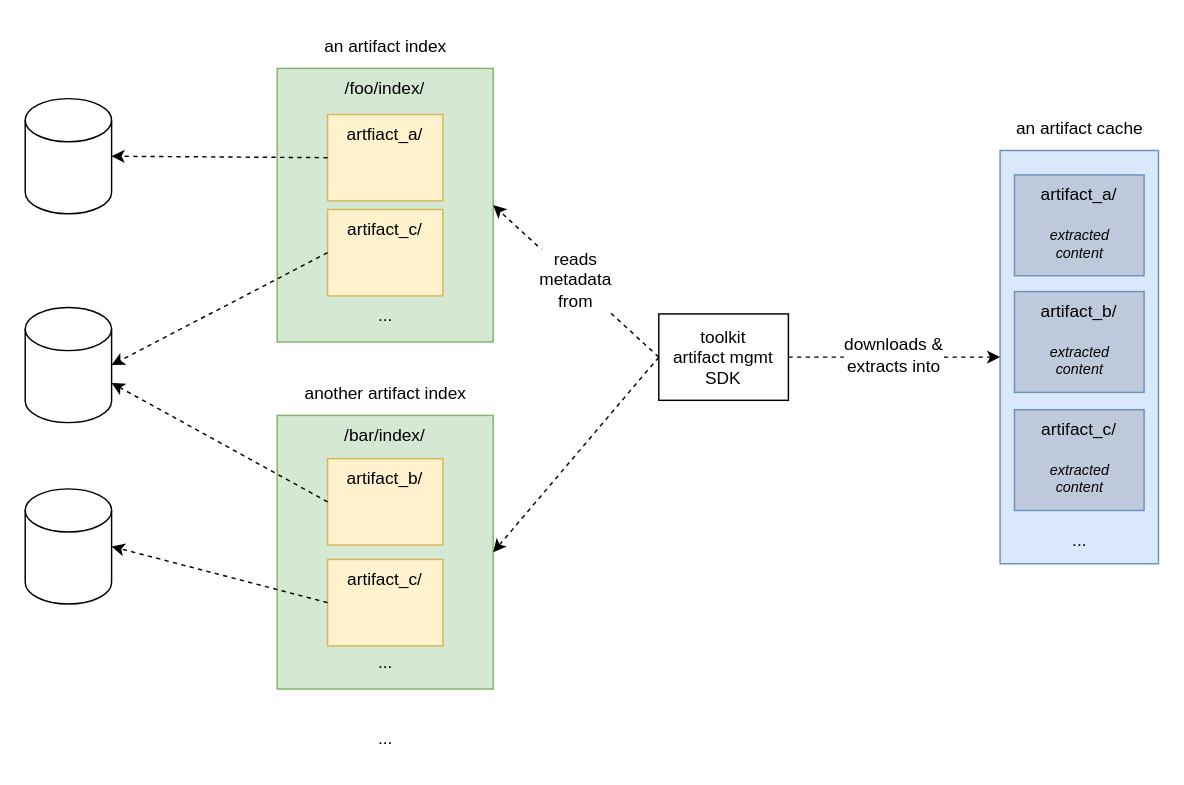
This is deepsearch/artifacts/.resources/artifact_management.drawio from DS4SD/deepsearch-toolkit, a draw.io file, before an edit. Source tidied: cells renumbered, new cells numbered last; positions are measured from the earlier drawing's top-left corner, leaving out a move shared by most shapes. Both pictures are drawn from the tidied source at 144%, with x=0, y=0 at pixel (24, 24).
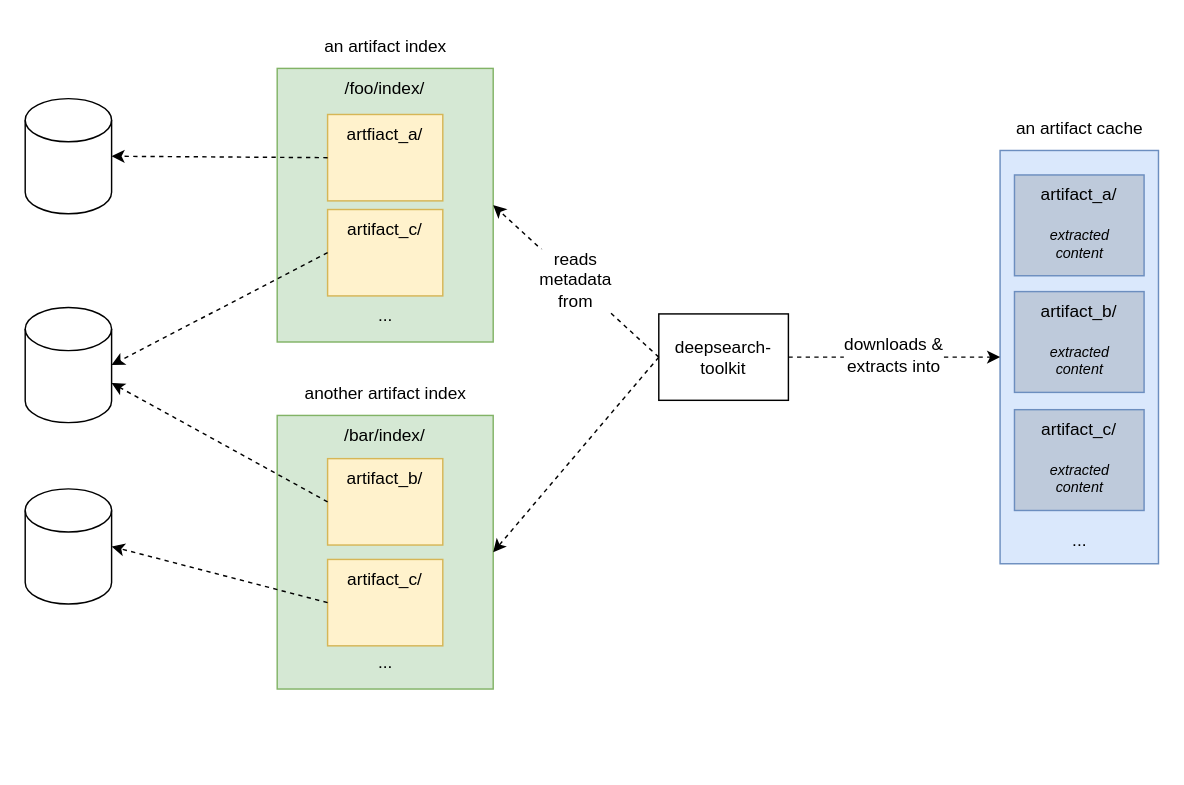
The same diagram, later.

Change to the diagram source:
```diff
@@
-    <mxCell id="5" value="..." style="text;html=1;align=center;verticalAlign=middle;strokeColor=none;fillColor=none;" parent="1" vertex="1">
-      <mxGeometry x="235" y="481" width="30" height="30" as="geometry" />
-    </mxCell>
@@
-    <mxCell id="10" value="toolkit&lt;br&gt;artifact mgmt&lt;br&gt;SDK" style="rounded=0;whiteSpace=wrap;html=1;" parent="1" vertex="1">
+    <mxCell id="10" value="deepsearch-toolkit" style="rounded=0;whiteSpace=wrap;html=1;" parent="1" vertex="1">
       <mxGeometry x="440" y="200.5" width="90" height="60" as="geometry" />
     </mxCell>
```
